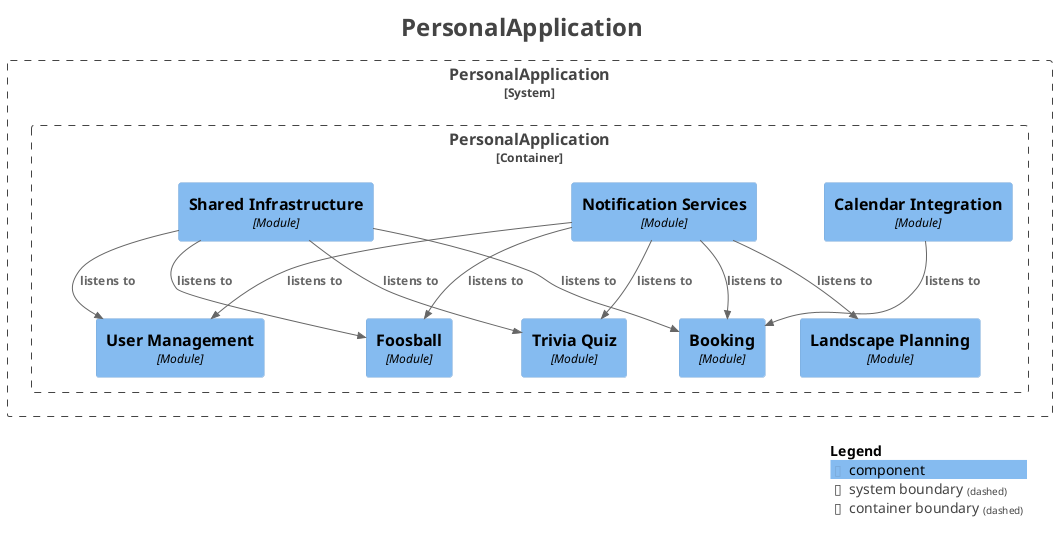
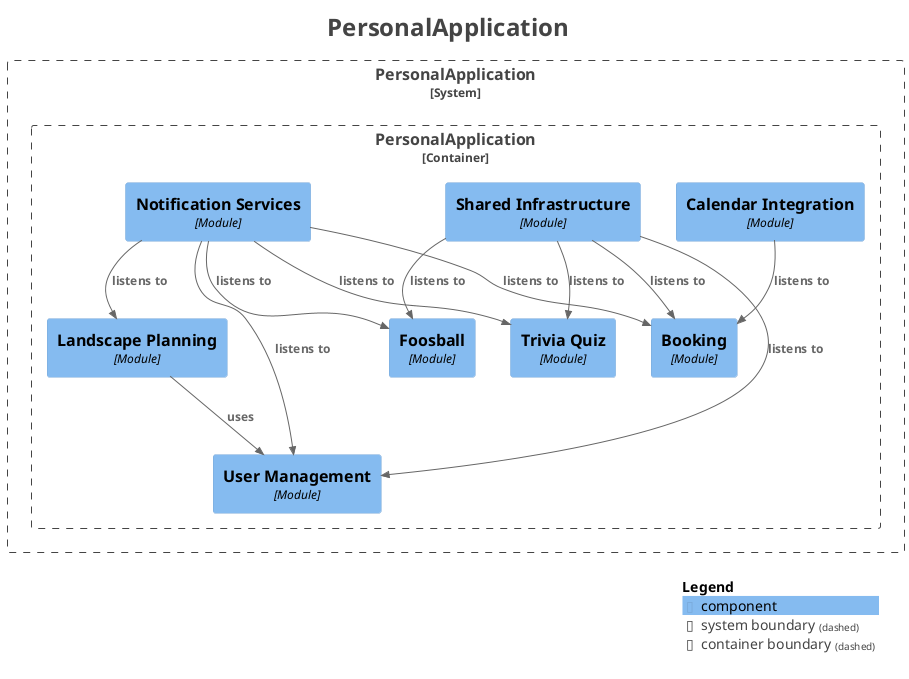
@startuml
title <size:24>PersonalApplication</size>

set separator none
top to bottom direction

<style>
  root {
    BackgroundColor: #ffffff
    FontColor: #444444
  }
</style>

!include <C4/C4>
!include <C4/C4_Context>
!include <C4/C4_Component>

System_Boundary("PersonalApplication_boundary", "PersonalApplication", $tags="") {
  Container_Boundary("PersonalApplication.PersonalApplication_boundary", "PersonalApplication", $tags="") {
-     Component(PersonalApplication.PersonalApplication.UserManagement, "User Management", $techn="Module", $descr="", $tags="", $link="")
    Component(PersonalApplication.PersonalApplication.CalendarIntegration, "Calendar Integration", $techn="Module", $descr="", $tags="", $link="")
+     Component(PersonalApplication.PersonalApplication.LandscapePlanning, "Landscape Planning", $techn="Module", $descr="", $tags="", $link="")
+     Component(PersonalApplication.PersonalApplication.SharedInfrastructure, "Shared Infrastructure", $techn="Module", $descr="", $tags="", $link="")
    Component(PersonalApplication.PersonalApplication.NotificationServices, "Notification Services", $techn="Module", $descr="", $tags="", $link="")
-     Component(PersonalApplication.PersonalApplication.SharedInfrastructure, "Shared Infrastructure", $techn="Module", $descr="", $tags="", $link="")
    Component(PersonalApplication.PersonalApplication.Booking, "Booking", $techn="Module", $descr="", $tags="", $link="")
    Component(PersonalApplication.PersonalApplication.Foosball, "Foosball", $techn="Module", $descr="", $tags="", $link="")
-     Component(PersonalApplication.PersonalApplication.LandscapePlanning, "Landscape Planning", $techn="Module", $descr="", $tags="", $link="")
    Component(PersonalApplication.PersonalApplication.TriviaQuiz, "Trivia Quiz", $techn="Module", $descr="", $tags="", $link="")
+     Component(PersonalApplication.PersonalApplication.UserManagement, "User Management", $techn="Module", $descr="", $tags="", $link="")
  }

}

+ Rel(PersonalApplication.PersonalApplication.SharedInfrastructure, PersonalApplication.PersonalApplication.TriviaQuiz, "listens to", $techn="", $tags="", $link="")
+ Rel(PersonalApplication.PersonalApplication.SharedInfrastructure, PersonalApplication.PersonalApplication.UserManagement, "listens to", $techn="", $tags="", $link="")
+ Rel(PersonalApplication.PersonalApplication.SharedInfrastructure, PersonalApplication.PersonalApplication.Foosball, "listens to", $techn="", $tags="", $link="")
+ Rel(PersonalApplication.PersonalApplication.SharedInfrastructure, PersonalApplication.PersonalApplication.Booking, "listens to", $techn="", $tags="", $link="")
+ Rel(PersonalApplication.PersonalApplication.NotificationServices, PersonalApplication.PersonalApplication.UserManagement, "listens to", $techn="", $tags="", $link="")
Rel(PersonalApplication.PersonalApplication.NotificationServices, PersonalApplication.PersonalApplication.TriviaQuiz, "listens to", $techn="", $tags="", $link="")
Rel(PersonalApplication.PersonalApplication.NotificationServices, PersonalApplication.PersonalApplication.Foosball, "listens to", $techn="", $tags="", $link="")
- Rel(PersonalApplication.PersonalApplication.SharedInfrastructure, PersonalApplication.PersonalApplication.TriviaQuiz, "listens to", $techn="", $tags="", $link="")
- Rel(PersonalApplication.PersonalApplication.SharedInfrastructure, PersonalApplication.PersonalApplication.Foosball, "listens to", $techn="", $tags="", $link="")
- Rel(PersonalApplication.PersonalApplication.NotificationServices, PersonalApplication.PersonalApplication.UserManagement, "listens to", $techn="", $tags="", $link="")
Rel(PersonalApplication.PersonalApplication.NotificationServices, PersonalApplication.PersonalApplication.Booking, "listens to", $techn="", $tags="", $link="")
Rel(PersonalApplication.PersonalApplication.NotificationServices, PersonalApplication.PersonalApplication.LandscapePlanning, "listens to", $techn="", $tags="", $link="")
- Rel(PersonalApplication.PersonalApplication.SharedInfrastructure, PersonalApplication.PersonalApplication.UserManagement, "listens to", $techn="", $tags="", $link="")
- Rel(PersonalApplication.PersonalApplication.SharedInfrastructure, PersonalApplication.PersonalApplication.Booking, "listens to", $techn="", $tags="", $link="")
+ Rel(PersonalApplication.PersonalApplication.LandscapePlanning, PersonalApplication.PersonalApplication.UserManagement, "uses", $techn="", $tags="", $link="")
Rel(PersonalApplication.PersonalApplication.CalendarIntegration, PersonalApplication.PersonalApplication.Booking, "listens to", $techn="", $tags="", $link="")

SHOW_LEGEND(true)
hide stereotypes
- @enduml
+ @enduml